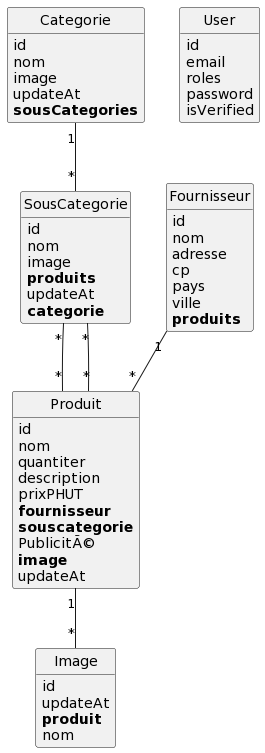
Before: ShopMaquette/puml/index.png, a diagram exported from PlantUML (Gispsy/ShopMaquette).
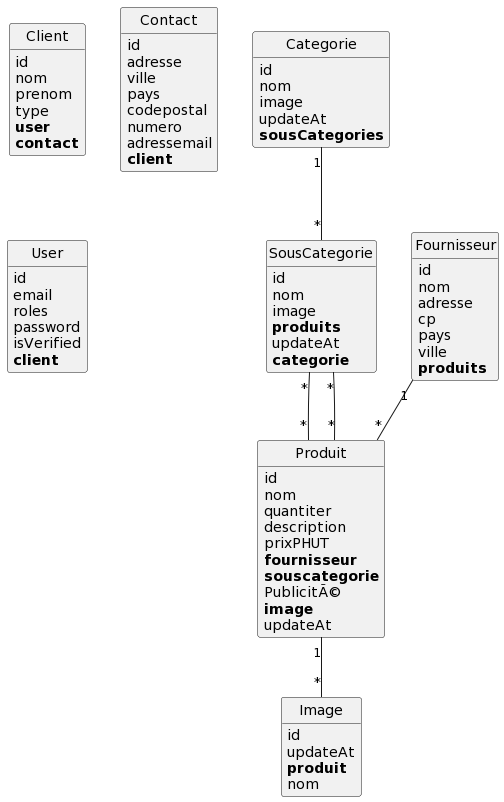
The same diagram one commit later.

Change to the diagram source:
```diff
@@ -5,6 +5,26 @@
 	image
 	updateAt
 	**sousCategories**
+}
+
+class Client {
+	id
+	nom
+	prenom
+	type
+	**user**
+	**contact**
+}
+
+class Contact {
+	id
+	adresse
+	ville
+	pays
+	codepostal
+	numero
+	adressemail
+	**client**
 }
 
 class Fournisseur {
@@ -52,6 +72,7 @@
 	roles
 	password
 	isVerified
+	**client**
 }
 
 Categorie "1"--"*" SousCategorie
```
